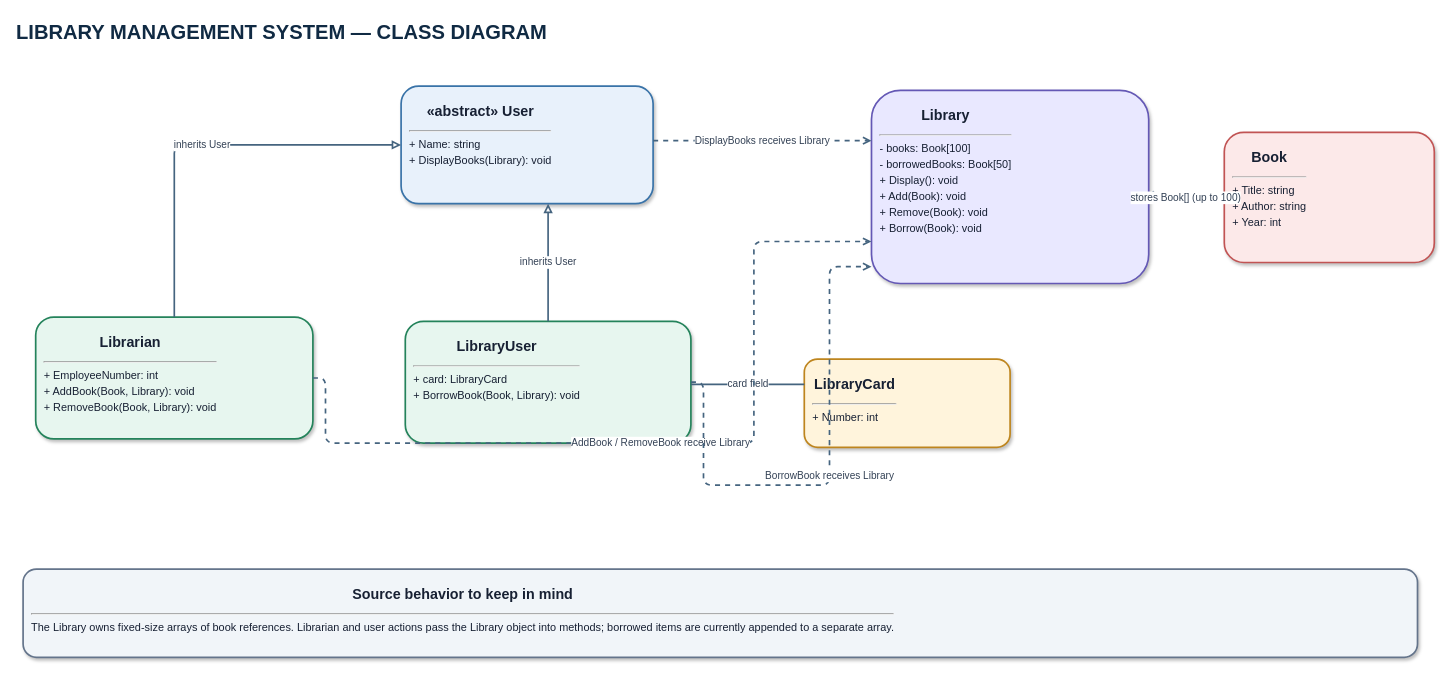
ahmedbakryshamiya-ui/DotNet-Learning-Journey keeps this draw.io diagram as 02-OOP/Projects/LibraryManagementSystem/LibraryManagementSystem.drawio. Above is the earlier version. Source tidied: cells renumbered, new cells numbered last; positions are measured from the earlier drawing's top-left corner, leaving out a move shared by most shapes. Both pictures are drawn from the tidied source at 84%, with x=0, y=0 at pixel (14, 14).
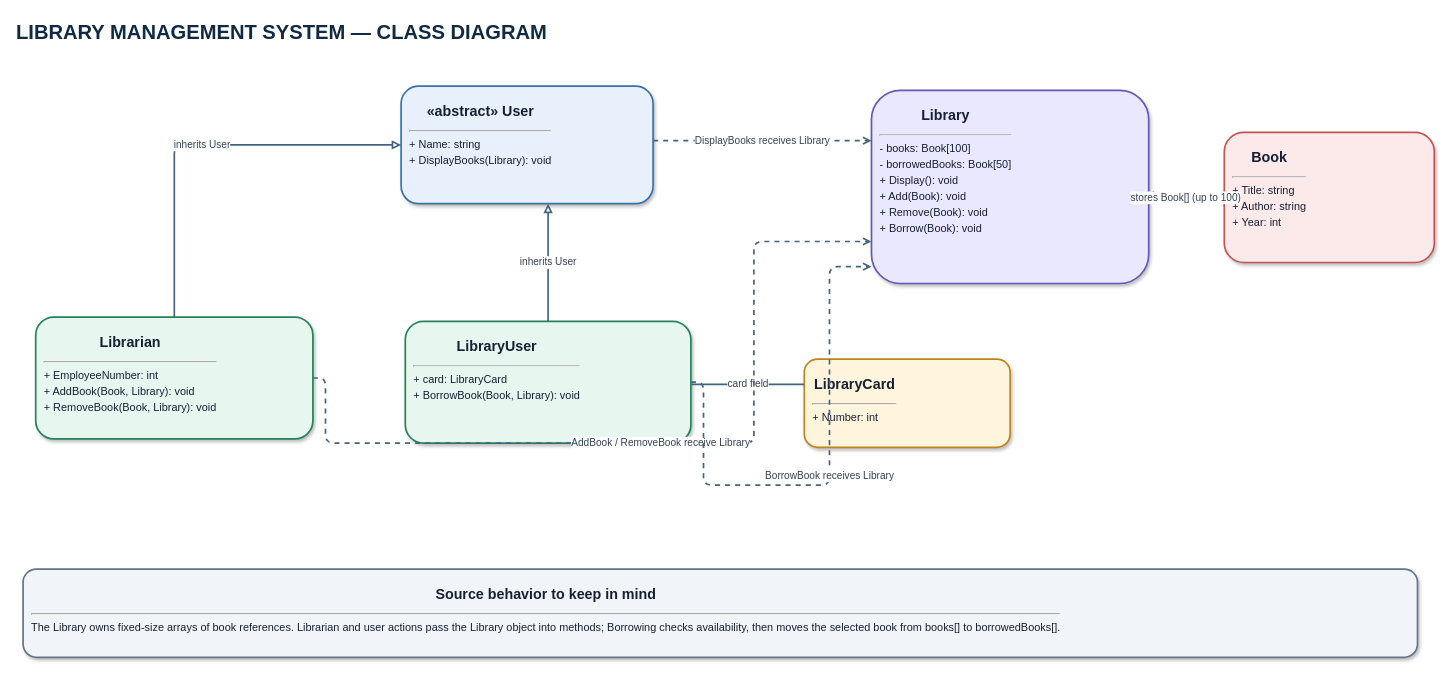
The same diagram, later.

Commit message (it also covers changes not shown here):
Align project documentation and diagrams with reviewed behavior

What changed in the source:
```diff
@@
-    <mxCell id="9" value="&lt;div style=&quot;font-size:17px;font-weight:bold;text-align:center;padding:6px 2px&quot;&gt;Source behavior to keep in mind&lt;/div&gt;&lt;hr/&gt;&lt;div style=&quot;font-size:13px;line-height:1.45&quot;&gt;The Library owns fixed-size arrays of book references. Librarian and user actions pass the Library object into methods; borrowed items are currently appended to a separate array.&lt;/div&gt;" style="rounded=1;whiteSpace=wrap;html=1;align=left;verticalAlign=top;spacing=10;fillColor=#f1f5f9;strokeColor=#64748b;strokeWidth=2;fontColor=#172033;shadow=1;" parent="1" vertex="1">
+    <mxCell id="9" value="&lt;div style=&quot;font-size:17px;font-weight:bold;text-align:center;padding:6px 2px&quot;&gt;Source behavior to keep in mind&lt;/div&gt;&lt;hr/&gt;&lt;div style=&quot;font-size:13px;line-height:1.45&quot;&gt;The Library owns fixed-size arrays of book references. Librarian and user actions pass the Library object into methods; Borrowing checks availability, then moves the selected book from books[] to borrowedBooks[].&lt;/div&gt;" style="rounded=1;whiteSpace=wrap;html=1;align=left;verticalAlign=top;spacing=10;fillColor=#f1f5f9;strokeColor=#64748b;strokeWidth=2;fontColor=#172033;shadow=1;" parent="1" vertex="1">
       <mxGeometry x="10" y="660" width="1660" height="105" as="geometry" />
     </mxCell>
```
